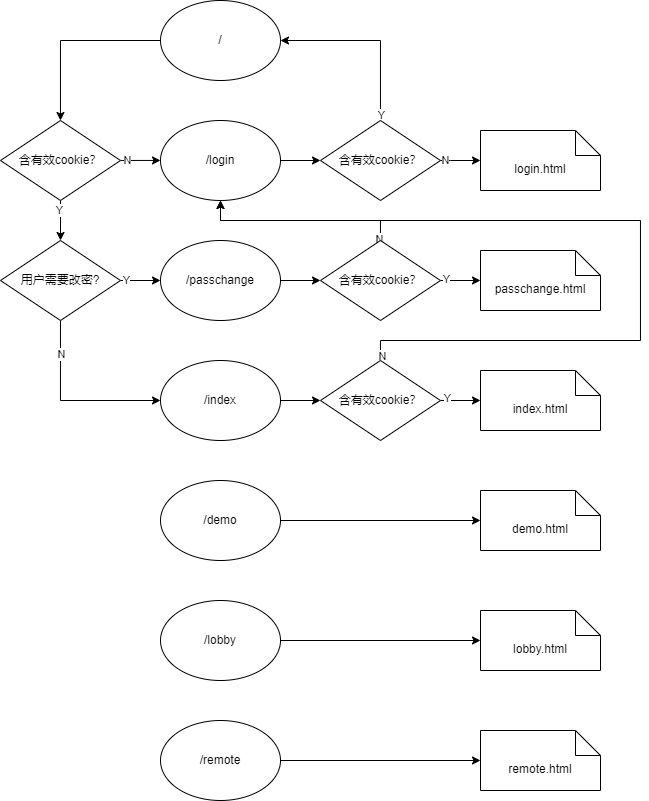
Above: readme_img/route.png in EUye9IM/remote_recorder (draw.io), before the change. Source tidied: cells renumbered, new cells last; positions are measured from the earlier drawing's top-left corner, leaving out a move shared by most shapes. Its diagram source:
```xml
<mxGraphModel>
  <root>
    <mxCell id="0" />
    <mxCell id="1" parent="0" />
    <mxCell id="2" style="edgeStyle=orthogonalEdgeStyle;rounded=0;jettySize=auto;html=1;" parent="1" edge="1" source="3" target="17">
      <mxGeometry relative="1" as="geometry" />
    </mxCell>
    <mxCell id="3" value="/" style="ellipse;whiteSpace=wrap;html=1;" parent="1" vertex="1">
      <mxGeometry x="160" width="120" height="80" as="geometry" />
    </mxCell>
    <mxCell id="4" style="edgeStyle=orthogonalEdgeStyle;rounded=0;jettySize=auto;html=1;" parent="1" edge="1" source="5" target="27">
      <mxGeometry relative="1" as="geometry" />
    </mxCell>
    <mxCell id="5" value="/login" style="ellipse;whiteSpace=wrap;html=1;" parent="1" vertex="1">
      <mxGeometry x="160" y="120" width="120" height="80" as="geometry" />
    </mxCell>
    <mxCell id="6" style="edgeStyle=orthogonalEdgeStyle;rounded=0;jettySize=auto;html=1;" parent="1" edge="1" source="7" target="32">
      <mxGeometry relative="1" as="geometry" />
    </mxCell>
    <mxCell id="7" value="/passchange" style="ellipse;whiteSpace=wrap;html=1;" parent="1" vertex="1">
      <mxGeometry x="160" y="240" width="120" height="80" as="geometry" />
    </mxCell>
    <mxCell id="8" style="edgeStyle=orthogonalEdgeStyle;rounded=0;jettySize=auto;html=1;" parent="1" edge="1" source="9" target="37">
      <mxGeometry relative="1" as="geometry" />
    </mxCell>
    <mxCell id="9" value="/index" style="ellipse;whiteSpace=wrap;html=1;" parent="1" vertex="1">
      <mxGeometry x="160" y="360" width="120" height="80" as="geometry" />
    </mxCell>
    <mxCell id="10" value="login.html" style="shape=note2;boundedLbl=1;whiteSpace=wrap;html=1;size=25;verticalAlign=top;align=center;" parent="1" vertex="1">
      <mxGeometry x="480" y="130" width="120" height="60" as="geometry" />
    </mxCell>
    <mxCell id="11" value="passchange.html" style="shape=note2;boundedLbl=1;whiteSpace=wrap;html=1;size=25;verticalAlign=top;align=center;" parent="1" vertex="1">
      <mxGeometry x="480" y="250" width="120" height="60" as="geometry" />
    </mxCell>
    <mxCell id="12" value="index.html" style="shape=note2;boundedLbl=1;whiteSpace=wrap;html=1;size=25;verticalAlign=top;align=center;" parent="1" vertex="1">
      <mxGeometry x="480" y="370" width="120" height="60" as="geometry" />
    </mxCell>
    <mxCell id="13" style="edgeStyle=orthogonalEdgeStyle;rounded=0;orthogonalLoop=1;jettySize=auto;html=1;" parent="1" edge="1">
      <mxGeometry relative="1" as="geometry">
        <mxPoint x="120" y="159.9" as="sourcePoint" />
        <mxPoint x="160" y="159.9" as="targetPoint" />
      </mxGeometry>
    </mxCell>
    <mxCell id="14" value="N" style="edgeLabel;html=1;align=center;verticalAlign=middle;" parent="13" vertex="1">
      <mxGeometry x="-0.65" relative="1" as="geometry" />
    </mxCell>
    <mxCell id="15" style="edgeStyle=orthogonalEdgeStyle;rounded=0;jettySize=auto;html=1;" parent="1" edge="1" source="17" target="22">
      <mxGeometry relative="1" as="geometry" />
    </mxCell>
    <mxCell id="16" value="Y" style="edgeLabel;html=1;align=center;verticalAlign=middle;" parent="15" vertex="1">
      <mxGeometry x="-0.65" y="-1" relative="1" as="geometry">
        <mxPoint y="3" as="offset" />
      </mxGeometry>
    </mxCell>
    <mxCell id="17" value="&lt;span style=&quot;&quot;&gt;含有效cookie？&lt;/span&gt;" style="rhombus;whiteSpace=wrap;html=1;" parent="1" vertex="1">
      <mxGeometry y="120" width="120" height="80" as="geometry" />
    </mxCell>
    <mxCell id="18" style="edgeStyle=orthogonalEdgeStyle;rounded=0;jettySize=auto;html=1;" parent="1" edge="1" source="22" target="7">
      <mxGeometry relative="1" as="geometry" />
    </mxCell>
    <mxCell id="19" value="Y" style="edgeLabel;html=1;align=center;verticalAlign=middle;" parent="18" vertex="1">
      <mxGeometry x="-0.72" relative="1" as="geometry" />
    </mxCell>
    <mxCell id="20" style="edgeStyle=orthogonalEdgeStyle;rounded=0;jettySize=auto;html=1;" parent="1" edge="1" source="22" target="9">
      <mxGeometry relative="1" as="geometry">
        <Array as="points">
          <mxPoint x="60" y="400" />
        </Array>
      </mxGeometry>
    </mxCell>
    <mxCell id="21" value="N" style="edgeLabel;html=1;align=center;verticalAlign=middle;" parent="20" vertex="1">
      <mxGeometry x="-0.62" y="1" relative="1" as="geometry" />
    </mxCell>
    <mxCell id="22" value="用户需要改密?" style="rhombus;whiteSpace=wrap;html=1;" parent="1" vertex="1">
      <mxGeometry y="240" width="120" height="80" as="geometry" />
    </mxCell>
    <mxCell id="23" style="edgeStyle=orthogonalEdgeStyle;rounded=0;jettySize=auto;html=1;" parent="1" edge="1" source="27" target="10">
      <mxGeometry relative="1" as="geometry">
        <Array as="points">
          <mxPoint x="450" y="160" />
          <mxPoint x="450" y="160" />
        </Array>
      </mxGeometry>
    </mxCell>
    <mxCell id="24" value="N" style="edgeLabel;html=1;align=center;verticalAlign=middle;" parent="23" vertex="1">
      <mxGeometry x="-0.78" relative="1" as="geometry" />
    </mxCell>
    <mxCell id="25" style="edgeStyle=orthogonalEdgeStyle;rounded=0;jettySize=auto;html=1;" parent="1" edge="1" source="27" target="3">
      <mxGeometry relative="1" as="geometry">
        <Array as="points">
          <mxPoint x="380" y="40" />
        </Array>
      </mxGeometry>
    </mxCell>
    <mxCell id="26" value="Y" style="edgeLabel;html=1;align=center;verticalAlign=middle;" parent="25" vertex="1">
      <mxGeometry x="-0.94" y="-1" relative="1" as="geometry" />
    </mxCell>
    <mxCell id="27" value="&lt;span style=&quot;&quot;&gt;含有效cookie？&lt;/span&gt;" style="rhombus;whiteSpace=wrap;html=1;" parent="1" vertex="1">
      <mxGeometry x="320" y="120" width="120" height="80" as="geometry" />
    </mxCell>
    <mxCell id="28" style="edgeStyle=orthogonalEdgeStyle;rounded=0;jettySize=auto;html=1;" parent="1" edge="1" source="32" target="5">
      <mxGeometry relative="1" as="geometry">
        <Array as="points">
          <mxPoint x="380" y="220" />
          <mxPoint x="220" y="220" />
        </Array>
      </mxGeometry>
    </mxCell>
    <mxCell id="29" value="N" style="edgeLabel;html=1;align=center;verticalAlign=middle;" parent="28" vertex="1">
      <mxGeometry x="-0.99" y="1" relative="1" as="geometry" />
    </mxCell>
    <mxCell id="30" style="edgeStyle=orthogonalEdgeStyle;rounded=0;jettySize=auto;html=1;" parent="1" edge="1" source="32" target="11">
      <mxGeometry relative="1" as="geometry" />
    </mxCell>
    <mxCell id="31" value="Y" style="edgeLabel;html=1;align=center;verticalAlign=middle;" parent="30" vertex="1">
      <mxGeometry x="-0.74" y="1" relative="1" as="geometry" />
    </mxCell>
    <mxCell id="32" value="&lt;span style=&quot;&quot;&gt;含有效cookie？&lt;/span&gt;" style="rhombus;whiteSpace=wrap;html=1;" parent="1" vertex="1">
      <mxGeometry x="320" y="240" width="120" height="80" as="geometry" />
    </mxCell>
    <mxCell id="33" style="edgeStyle=orthogonalEdgeStyle;rounded=0;jettySize=auto;html=1;" parent="1" edge="1" source="37" target="5">
      <mxGeometry relative="1" as="geometry">
        <Array as="points">
          <mxPoint x="380" y="340" />
          <mxPoint x="640" y="340" />
          <mxPoint x="640" y="220" />
          <mxPoint x="220" y="220" />
        </Array>
      </mxGeometry>
    </mxCell>
    <mxCell id="34" value="N" style="edgeLabel;html=1;align=center;verticalAlign=middle;" parent="33" vertex="1">
      <mxGeometry x="-0.99" y="-2" relative="1" as="geometry" />
    </mxCell>
    <mxCell id="35" style="edgeStyle=orthogonalEdgeStyle;rounded=0;jettySize=auto;html=1;" parent="1" edge="1" source="37" target="12">
      <mxGeometry relative="1" as="geometry" />
    </mxCell>
    <mxCell id="36" value="Y" style="edgeLabel;html=1;align=center;verticalAlign=middle;" parent="35" vertex="1">
      <mxGeometry x="-0.7" y="2" relative="1" as="geometry" />
    </mxCell>
    <mxCell id="37" value="&lt;span style=&quot;&quot;&gt;含有效cookie？&lt;/span&gt;" style="rhombus;whiteSpace=wrap;html=1;" parent="1" vertex="1">
      <mxGeometry x="320" y="360" width="120" height="80" as="geometry" />
    </mxCell>
    <mxCell id="38" style="edgeStyle=orthogonalEdgeStyle;rounded=0;jettySize=auto;html=1;" parent="1" edge="1" source="39" target="40">
      <mxGeometry relative="1" as="geometry" />
    </mxCell>
    <mxCell id="39" value="/demo" style="ellipse;whiteSpace=wrap;html=1;" parent="1" vertex="1">
      <mxGeometry x="160" y="480" width="120" height="80" as="geometry" />
    </mxCell>
    <mxCell id="40" value="demo.html" style="shape=note2;boundedLbl=1;whiteSpace=wrap;html=1;size=25;verticalAlign=top;align=center;" parent="1" vertex="1">
      <mxGeometry x="480" y="490" width="120" height="60" as="geometry" />
    </mxCell>
    <mxCell id="41" style="edgeStyle=orthogonalEdgeStyle;rounded=0;jettySize=auto;html=1;" parent="1" edge="1" source="42" target="43">
      <mxGeometry relative="1" as="geometry" />
    </mxCell>
    <mxCell id="42" value="/lobby" style="ellipse;whiteSpace=wrap;html=1;" parent="1" vertex="1">
      <mxGeometry x="160" y="600" width="120" height="80" as="geometry" />
    </mxCell>
    <mxCell id="43" value="lobby.html" style="shape=note2;boundedLbl=1;whiteSpace=wrap;html=1;size=25;verticalAlign=top;align=center;" parent="1" vertex="1">
      <mxGeometry x="480" y="610" width="120" height="60" as="geometry" />
    </mxCell>
    <mxCell id="44" style="edgeStyle=orthogonalEdgeStyle;rounded=0;jettySize=auto;html=1;" parent="1" edge="1" source="45" target="46">
      <mxGeometry relative="1" as="geometry" />
    </mxCell>
    <mxCell id="45" value="/remote" style="ellipse;whiteSpace=wrap;html=1;" parent="1" vertex="1">
      <mxGeometry x="160" y="720" width="120" height="80" as="geometry" />
    </mxCell>
    <mxCell id="46" value="remote.html" style="shape=note2;boundedLbl=1;whiteSpace=wrap;html=1;size=25;verticalAlign=top;align=center;" parent="1" vertex="1">
      <mxGeometry x="480" y="730" width="120" height="60" as="geometry" />
    </mxCell>
  </root>
</mxGraphModel>
```
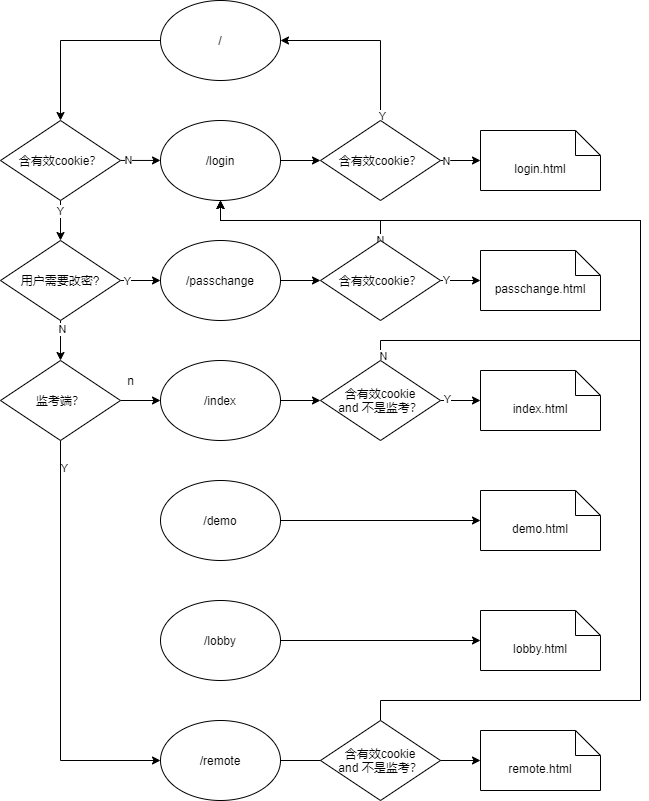
The same diagram one commit later.

What changed in the source:
```diff
@@ -61,12 +61,8 @@
     <mxCell id="19" value="Y" style="edgeLabel;html=1;align=center;verticalAlign=middle;" parent="18" vertex="1">
       <mxGeometry x="-0.72" relative="1" as="geometry" />
     </mxCell>
-    <mxCell id="20" style="edgeStyle=orthogonalEdgeStyle;rounded=0;jettySize=auto;html=1;" parent="1" edge="1" source="22" target="9">
-      <mxGeometry relative="1" as="geometry">
-        <Array as="points">
-          <mxPoint x="60" y="400" />
-        </Array>
-      </mxGeometry>
+    <mxCell id="20" style="edgeStyle=orthogonalEdgeStyle;rounded=0;jettySize=auto;html=1;" parent="1" edge="1" source="22" target="50">
+      <mxGeometry relative="1" as="geometry" />
     </mxCell>
     <mxCell id="21" value="N" style="edgeLabel;html=1;align=center;verticalAlign=middle;" parent="20" vertex="1">
       <mxGeometry x="-0.62" y="1" relative="1" as="geometry" />
@@ -137,7 +133,7 @@
     <mxCell id="36" value="Y" style="edgeLabel;html=1;align=center;verticalAlign=middle;" parent="35" vertex="1">
       <mxGeometry x="-0.7" y="2" relative="1" as="geometry" />
     </mxCell>
-    <mxCell id="37" value="&lt;span style=&quot;&quot;&gt;含有效cookie？&lt;/span&gt;" style="rhombus;whiteSpace=wrap;html=1;" parent="1" vertex="1">
+    <mxCell id="37" value="&lt;span&gt;含有效cookie&lt;br&gt;and 不是监考？&lt;/span&gt;" style="rhombus;whiteSpace=wrap;html=1;" parent="1" vertex="1">
       <mxGeometry x="320" y="360" width="120" height="80" as="geometry" />
     </mxCell>
     <mxCell id="38" style="edgeStyle=orthogonalEdgeStyle;rounded=0;jettySize=auto;html=1;" parent="1" edge="1" source="39" target="40">
@@ -167,5 +163,37 @@
     <mxCell id="46" value="remote.html" style="shape=note2;boundedLbl=1;whiteSpace=wrap;html=1;size=25;verticalAlign=top;align=center;" parent="1" vertex="1">
       <mxGeometry x="480" y="730" width="120" height="60" as="geometry" />
     </mxCell>
+    <mxCell id="47" style="edgeStyle=orthogonalEdgeStyle;rounded=0;jettySize=auto;html=1;" parent="1" edge="1" source="50" target="9">
+      <mxGeometry relative="1" as="geometry" />
+    </mxCell>
+    <mxCell id="48" style="edgeStyle=orthogonalEdgeStyle;rounded=0;jettySize=auto;html=1;" parent="1" edge="1" source="50" target="45">
+      <mxGeometry relative="1" as="geometry">
+        <Array as="points">
+          <mxPoint x="60" y="760" />
+        </Array>
+      </mxGeometry>
+    </mxCell>
+    <mxCell id="49" value="Y" style="edgeLabel;html=1;align=center;verticalAlign=middle;" parent="48" vertex="1">
+      <mxGeometry x="-0.87" y="3" relative="1" as="geometry" />
+    </mxCell>
+    <mxCell id="50" value="监考端？" style="rhombus;whiteSpace=wrap;html=1;" parent="1" vertex="1">
+      <mxGeometry y="360" width="120" height="80" as="geometry" />
+    </mxCell>
+    <mxCell id="51" value="n" style="text;html=1;align=center;verticalAlign=middle;strokeColor=none;" parent="1" vertex="1">
+      <mxGeometry x="120" y="370" width="20" height="20" as="geometry" />
+    </mxCell>
+    <mxCell id="52" style="edgeStyle=orthogonalEdgeStyle;rounded=0;jettySize=auto;html=1;" parent="1" edge="1" source="53" target="5">
+      <mxGeometry relative="1" as="geometry">
+        <Array as="points">
+          <mxPoint x="380" y="700" />
+          <mxPoint x="640" y="700" />
+          <mxPoint x="640" y="220" />
+          <mxPoint x="220" y="220" />
+        </Array>
+      </mxGeometry>
+    </mxCell>
+    <mxCell id="53" value="&lt;span&gt;含有效cookie&lt;br&gt;and 不是监考？&lt;/span&gt;" style="rhombus;whiteSpace=wrap;html=1;" parent="1" vertex="1">
+      <mxGeometry x="320" y="720" width="120" height="80" as="geometry" />
+    </mxCell>
   </root>
 </mxGraphModel>
```
